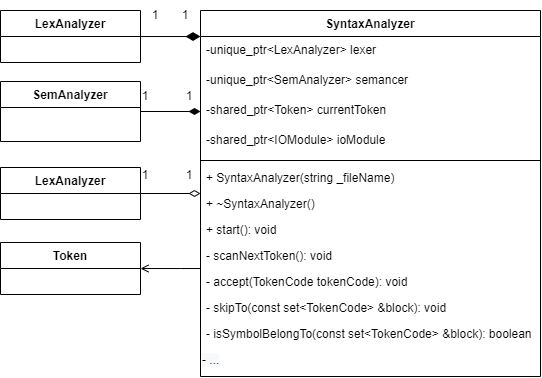
The draw.io diagram diagrams/syntaxer.png in korpatiy/compiler, before a commit. Source tidied: cells renumbered, new cells last; positions are measured from the earlier drawing's top-left corner, leaving out a move shared by most shapes.
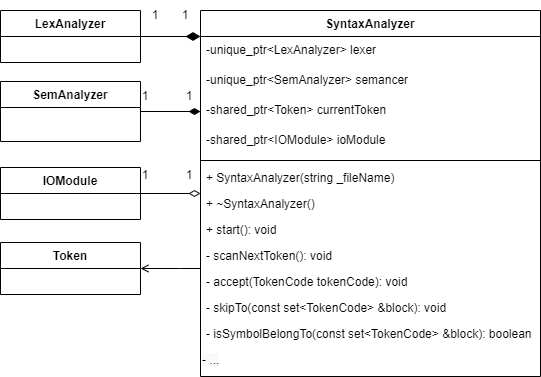
Later version of the same file.

Change to the diagram source:
```diff
@@ -75,7 +75,7 @@
     <mxCell id="22" value="SemAnalyzer" style="swimlane;fontStyle=1;horizontal=1;startSize=26;fillColor=none;labelBorderColor=none;" parent="1" vertex="1">
       <mxGeometry y="81" width="140" height="60" as="geometry" />
     </mxCell>
-    <mxCell id="23" value="LexAnalyzer" style="swimlane;fontStyle=1;horizontal=1;startSize=26;fillColor=none;labelBorderColor=none;" parent="1" vertex="1">
+    <mxCell id="23" value="IOModule" style="swimlane;fontStyle=1;horizontal=1;startSize=26;fillColor=none;labelBorderColor=none;" parent="1" vertex="1">
       <mxGeometry y="167" width="140" height="52" as="geometry" />
     </mxCell>
     <mxCell id="24" value="Token" style="swimlane;fontStyle=1;horizontal=1;startSize=26;fillColor=none;labelBorderColor=none;" parent="1" vertex="1">
```
